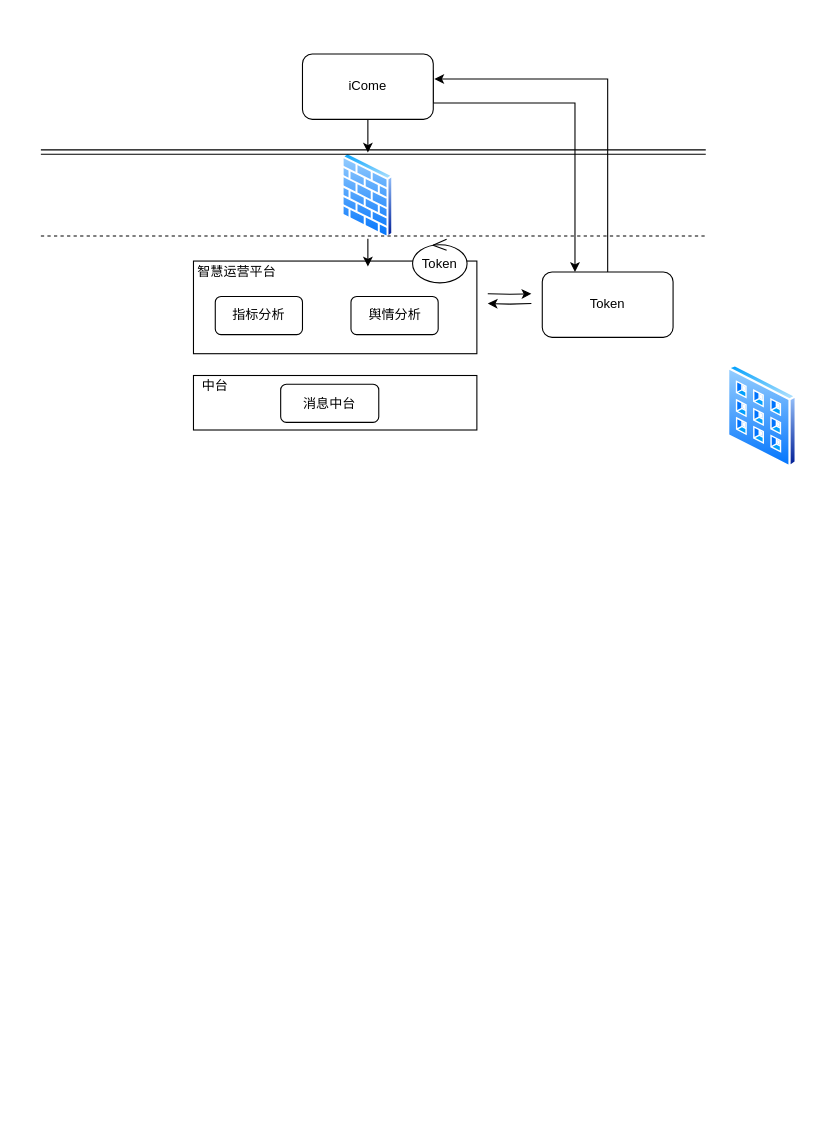
Above: page "第 25 页" (25 of 26) of MQ服务.drawio in chinadragonsjz/project (draw.io), before the change. Source tidied: cells renumbered, new cells numbered last; positions are measured from the earlier drawing's top-left corner, leaving out a move shared by most shapes. Both pictures are drawn from the tidied source at 109%, with x=0, y=0 at pixel (40, 53).
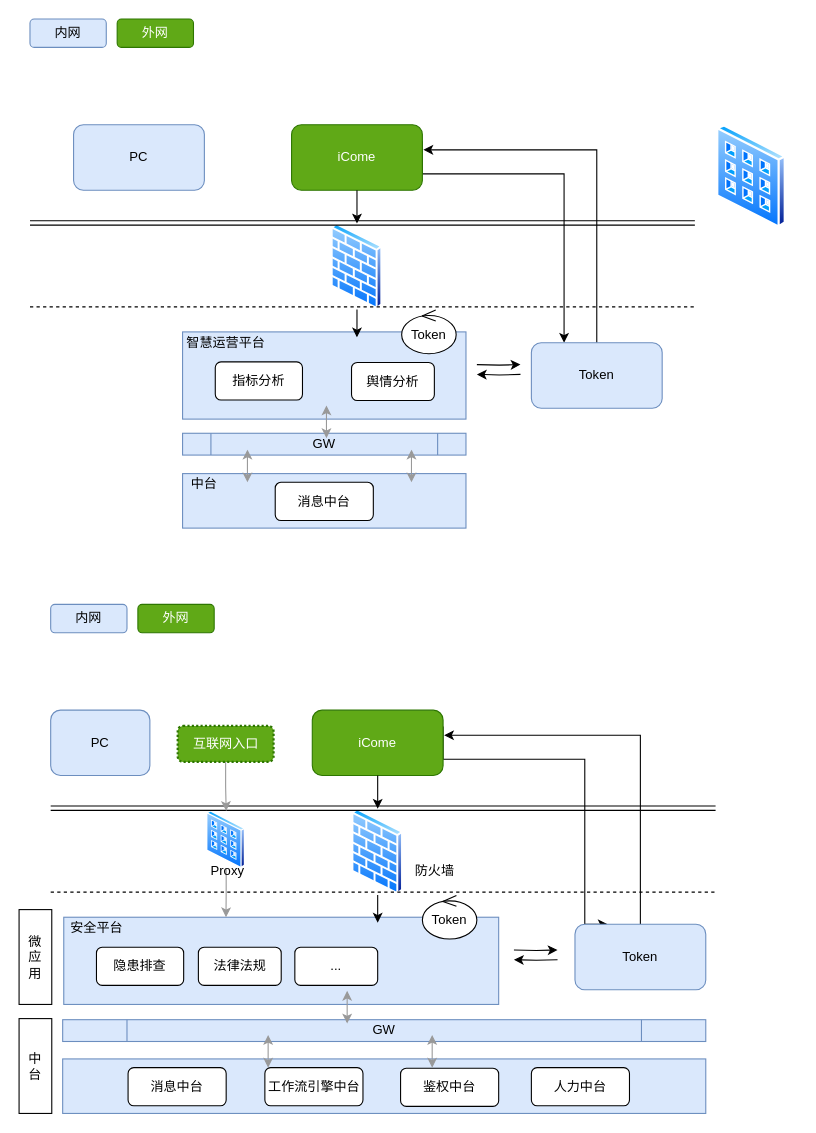
The same page after the edit.

Diff of the diagram source:
```diff
@@
-    <mxCell id="2" style="rounded=0;whiteSpace=wrap;html=1;" parent="1" vertex="1">
-      <mxGeometry x="140" y="295" width="260" height="50" as="geometry" />
+    <mxCell id="2" style="rounded=0;whiteSpace=wrap;html=1;fillColor=#dae8fc;strokeColor=#6c8ebf;" parent="1" vertex="1">
+      <mxGeometry x="130" y="385" width="260" height="50" as="geometry" />
     </mxCell>
-    <mxCell id="3" style="rounded=0;whiteSpace=wrap;html=1;" parent="1" vertex="1">
-      <mxGeometry x="140" y="190" width="260" height="85" as="geometry" />
+    <mxCell id="3" style="rounded=0;whiteSpace=wrap;html=1;fillColor=#dae8fc;strokeColor=#6c8ebf;" parent="1" vertex="1">
+      <mxGeometry x="130" y="255" width="260" height="80" as="geometry" />
     </mxCell>
     <mxCell id="4" style="edgeStyle=orthogonalEdgeStyle;rounded=0;jettySize=auto;html=1;endArrow=classic;endFill=1;" parent="1" edge="1" source="16">
       <mxGeometry relative="1" as="geometry">
-        <mxPoint x="300" y="195" as="targetPoint" />
+        <mxPoint x="290" y="260" as="targetPoint" />
       </mxGeometry>
     </mxCell>
     <mxCell id="5" style="edgeStyle=orthogonalEdgeStyle;rounded=0;orthogonalLoop=1;jettySize=auto;html=1;endArrow=classic;endFill=1;" parent="1" edge="1">
       <mxGeometry relative="1" as="geometry">
-        <mxPoint x="410" y="220" as="sourcePoint" />
-        <mxPoint x="450" y="220" as="targetPoint" />
+        <mxPoint x="400" y="285" as="sourcePoint" />
+        <mxPoint x="440" y="285" as="targetPoint" />
       </mxGeometry>
     </mxCell>
     <mxCell id="6" style="edgeStyle=orthogonalEdgeStyle;rounded=0;orthogonalLoop=1;jettySize=auto;html=1;endArrow=classic;endFill=1;" parent="1" edge="1">
       <mxGeometry relative="1" as="geometry">
-        <mxPoint x="450" y="229" as="sourcePoint" />
-        <mxPoint x="410" y="229" as="targetPoint" />
+        <mxPoint x="440" y="294" as="sourcePoint" />
+        <mxPoint x="400" y="294" as="targetPoint" />
       </mxGeometry>
     </mxCell>
     <mxCell id="7" style="edgeStyle=orthogonalEdgeStyle;rounded=0;jettySize=auto;html=1;exitX=1;exitY=0.25;exitDx=0;exitDy=0;entryX=0.25;entryY=0;entryDx=0;entryDy=0;endArrow=classic;endFill=1;" parent="1" edge="1" source="8" target="10">
       <mxGeometry relative="1" as="geometry">
         <Array as="points">
-          <mxPoint x="360" y="45" />
-          <mxPoint x="490" y="45" />
+          <mxPoint x="350" y="110" />
+          <mxPoint x="480" y="110" />
         </Array>
       </mxGeometry>
     </mxCell>
-    <mxCell id="8" value="iCome" style="rounded=1;whiteSpace=wrap;html=1;" parent="1" vertex="1">
-      <mxGeometry x="240" width="120" height="60" as="geometry" />
+    <mxCell id="8" value="iCome" style="rounded=1;whiteSpace=wrap;html=1;fillColor=#60a917;strokeColor=#2D7600;fontColor=#ffffff;" parent="1" vertex="1">
+      <mxGeometry x="230" y="65" width="120" height="60" as="geometry" />
     </mxCell>
@@
-    <mxCell id="10" value="Token" style="rounded=1;whiteSpace=wrap;html=1;" parent="1" vertex="1">
-      <mxGeometry x="460" y="200" width="120" height="60" as="geometry" />
+    <mxCell id="10" value="Token" style="rounded=1;whiteSpace=wrap;html=1;fillColor=#dae8fc;strokeColor=#6c8ebf;" parent="1" vertex="1">
+      <mxGeometry x="450" y="265" width="120" height="60" as="geometry" />
     </mxCell>
     <mxCell id="11" value="指标分析" style="rounded=1;whiteSpace=wrap;html=1;" parent="1" vertex="1">
-      <mxGeometry x="160" y="222.5" width="80" height="35" as="geometry" />
+      <mxGeometry x="160" y="282.5" width="80" height="35" as="geometry" />
     </mxCell>
     <mxCell id="12" value="消息中台" style="rounded=1;whiteSpace=wrap;html=1;" parent="1" vertex="1">
-      <mxGeometry x="220" y="303" width="90" height="35" as="geometry" />
+      <mxGeometry x="215" y="393" width="90" height="35" as="geometry" />
     </mxCell>
     <mxCell id="13" value="舆情分析" style="rounded=1;whiteSpace=wrap;html=1;" parent="1" vertex="1">
-      <mxGeometry x="284.5" y="222.5" width="80" height="35" as="geometry" />
+      <mxGeometry x="285" y="283" width="76" height="35" as="geometry" />
     </mxCell>
     <mxCell id="14" value="Token" style="ellipse;shape=umlControl;whiteSpace=wrap;html=1;" parent="1" vertex="1">
-      <mxGeometry x="341" y="170" width="50" height="40" as="geometry" />
+      <mxGeometry x="331" y="235" width="50" height="40" as="geometry" />
     </mxCell>
     <mxCell id="15" style="perimeter=ellipsePerimeter;html=1;align=center;shadow=0;dashed=0;spacingTop=3;image;image=img/lib/active_directory/input_output_filter.svg;" parent="1" vertex="1">
-      <mxGeometry x="630" y="285" width="64" height="95" as="geometry" />
+      <mxGeometry x="620" y="65" width="64" height="95" as="geometry" />
     </mxCell>
     <mxCell id="16" style="perimeter=ellipsePerimeter;html=1;align=center;shadow=0;dashed=0;spacingTop=3;image;image=img/lib/active_directory/firewall.svg;" parent="1" vertex="1">
-      <mxGeometry x="275.5" y="90.5" width="49" height="79" as="geometry" />
+      <mxGeometry x="265.5" y="155.5" width="49" height="79" as="geometry" />
     </mxCell>
@@
     <mxCell id="18" style="shape=link;html=1;endArrow=classic;endFill=1;" parent="1" edge="1">
       <mxGeometry relative="1" as="geometry">
-        <mxPoint y="90" as="sourcePoint" />
-        <mxPoint x="610" y="90" as="targetPoint" />
+        <mxPoint x="-10" y="155" as="sourcePoint" />
+        <mxPoint x="600" y="155" as="targetPoint" />
       </mxGeometry>
     </mxCell>
     <mxCell id="19" style="endArrow=none;dashed=1;html=1;" parent="1" edge="1">
       <mxGeometry relative="1" as="geometry">
-        <mxPoint y="167" as="sourcePoint" />
-        <mxPoint x="610" y="167" as="targetPoint" />
+        <mxPoint x="-10" y="232" as="sourcePoint" />
+        <mxPoint x="600" y="232" as="targetPoint" />
       </mxGeometry>
     </mxCell>
     <mxCell id="20" value="智慧运营平台" style="text;html=1;strokeColor=none;fillColor=none;align=center;verticalAlign=middle;whiteSpace=wrap;rounded=0;" parent="1" vertex="1">
-      <mxGeometry x="140" y="190" width="80" height="20" as="geometry" />
+      <mxGeometry x="130" y="255" width="80" height="20" as="geometry" />
     </mxCell>
     <mxCell id="21" value="中台" style="text;html=1;strokeColor=none;fillColor=none;align=center;verticalAlign=middle;whiteSpace=wrap;rounded=0;" parent="1" vertex="1">
-      <mxGeometry x="140" y="295" width="40" height="20" as="geometry" />
+      <mxGeometry x="130" y="385" width="40" height="20" as="geometry" />
     </mxCell>
+    <mxCell id="22" value="PC" style="rounded=1;whiteSpace=wrap;html=1;fillColor=#dae8fc;strokeColor=#6c8ebf;" parent="1" vertex="1">
+      <mxGeometry x="30" y="65" width="120" height="60" as="geometry" />
+    </mxCell>
+    <mxCell id="23" value="内网" style="rounded=1;whiteSpace=wrap;html=1;fillColor=#dae8fc;strokeColor=#6c8ebf;" parent="1" vertex="1">
+      <mxGeometry x="-10" y="-32" width="70" height="26" as="geometry" />
+    </mxCell>
+    <mxCell id="24" value="外网" style="rounded=1;whiteSpace=wrap;html=1;fillColor=#60a917;strokeColor=#2D7600;fontColor=#ffffff;" parent="1" vertex="1">
+      <mxGeometry x="70" y="-32" width="70" height="26" as="geometry" />
+    </mxCell>
+    <mxCell id="25" value="GW" style="shape=process;whiteSpace=wrap;html=1;backgroundOutline=1;fillColor=#dae8fc;strokeColor=#6c8ebf;" parent="1" vertex="1">
+      <mxGeometry x="130" y="348" width="260" height="20" as="geometry" />
+    </mxCell>
+    <mxCell id="26" style="endArrow=classic;startArrow=classic;html=1;strokeColor=#999999;" parent="1" edge="1">
+      <mxGeometry relative="1" as="geometry">
+        <mxPoint x="189.5" y="393" as="sourcePoint" />
+        <mxPoint x="189.5" y="363" as="targetPoint" />
+      </mxGeometry>
+    </mxCell>
+    <mxCell id="27" style="endArrow=classic;startArrow=classic;html=1;strokeColor=#999999;" parent="1" edge="1">
+      <mxGeometry relative="1" as="geometry">
+        <mxPoint x="340" y="393" as="sourcePoint" />
+        <mxPoint x="340" y="363" as="targetPoint" />
+      </mxGeometry>
+    </mxCell>
+    <mxCell id="28" style="endArrow=classic;startArrow=classic;html=1;strokeColor=#999999;" parent="1" edge="1">
+      <mxGeometry relative="1" as="geometry">
+        <mxPoint x="262" y="352.5" as="sourcePoint" />
+        <mxPoint x="262" y="322.5" as="targetPoint" />
+      </mxGeometry>
+    </mxCell>
+    <mxCell id="29" style="rounded=0;whiteSpace=wrap;html=1;fillColor=#dae8fc;strokeColor=#6c8ebf;" parent="1" vertex="1">
+      <mxGeometry x="20" y="922" width="590" height="50" as="geometry" />
+    </mxCell>
+    <mxCell id="30" style="rounded=0;whiteSpace=wrap;html=1;fillColor=#dae8fc;strokeColor=#6c8ebf;" parent="1" vertex="1">
+      <mxGeometry x="21" y="792" width="399" height="80" as="geometry" />
+    </mxCell>
+    <mxCell id="31" style="edgeStyle=orthogonalEdgeStyle;rounded=0;jettySize=auto;html=1;endArrow=classic;endFill=1;" parent="1" edge="1" source="47">
+      <mxGeometry relative="1" as="geometry">
+        <mxPoint x="309" y="797" as="targetPoint" />
+      </mxGeometry>
+    </mxCell>
+    <mxCell id="32" style="edgeStyle=orthogonalEdgeStyle;rounded=0;orthogonalLoop=1;jettySize=auto;html=1;endArrow=classic;endFill=1;" parent="1" edge="1">
+      <mxGeometry relative="1" as="geometry">
+        <mxPoint x="434" y="822" as="sourcePoint" />
+        <mxPoint x="474" y="822" as="targetPoint" />
+      </mxGeometry>
+    </mxCell>
+    <mxCell id="33" style="edgeStyle=orthogonalEdgeStyle;rounded=0;orthogonalLoop=1;jettySize=auto;html=1;endArrow=classic;endFill=1;" parent="1" edge="1">
+      <mxGeometry relative="1" as="geometry">
+        <mxPoint x="474" y="831" as="sourcePoint" />
+        <mxPoint x="434" y="831" as="targetPoint" />
+      </mxGeometry>
+    </mxCell>
+    <mxCell id="34" style="edgeStyle=orthogonalEdgeStyle;rounded=0;jettySize=auto;html=1;exitX=1;exitY=0.25;exitDx=0;exitDy=0;entryX=0.25;entryY=0;entryDx=0;entryDy=0;endArrow=classic;endFill=1;" parent="1" edge="1" source="35" target="37">
+      <mxGeometry relative="1" as="geometry">
+        <Array as="points">
+          <mxPoint x="369" y="647" />
+          <mxPoint x="499" y="647" />
+        </Array>
+      </mxGeometry>
+    </mxCell>
+    <mxCell id="35" value="iCome" style="rounded=1;whiteSpace=wrap;html=1;fillColor=#60a917;strokeColor=#2D7600;fontColor=#ffffff;" parent="1" vertex="1">
+      <mxGeometry x="249" y="602" width="120" height="60" as="geometry" />
+    </mxCell>
+    <mxCell id="36" style="edgeStyle=orthogonalEdgeStyle;rounded=0;jettySize=auto;html=1;exitX=0.5;exitY=0;exitDx=0;exitDy=0;entryX=1.008;entryY=0.383;entryDx=0;entryDy=0;entryPerimeter=0;endArrow=classic;endFill=1;" parent="1" edge="1" source="37" target="35">
+      <mxGeometry relative="1" as="geometry" />
+    </mxCell>
+    <mxCell id="37" value="Token" style="rounded=1;whiteSpace=wrap;html=1;fillColor=#dae8fc;strokeColor=#6c8ebf;" parent="1" vertex="1">
+      <mxGeometry x="490" y="798.5" width="120" height="60" as="geometry" />
+    </mxCell>
+    <mxCell id="38" value="隐患排查" style="rounded=1;whiteSpace=wrap;html=1;" parent="1" vertex="1">
+      <mxGeometry x="51" y="819.5" width="80" height="35" as="geometry" />
+    </mxCell>
+    <mxCell id="39" value="消息中台" style="rounded=1;whiteSpace=wrap;html=1;" parent="1" vertex="1">
+      <mxGeometry x="80" y="930" width="90" height="35" as="geometry" />
+    </mxCell>
+    <mxCell id="40" value="工作流引擎中台" style="rounded=1;whiteSpace=wrap;html=1;" parent="1" vertex="1">
+      <mxGeometry x="205.5" y="930" width="90" height="35" as="geometry" />
+    </mxCell>
+    <mxCell id="41" value="鉴权中台" style="rounded=1;whiteSpace=wrap;html=1;" parent="1" vertex="1">
+      <mxGeometry x="330" y="930.5" width="90" height="35" as="geometry" />
+    </mxCell>
+    <mxCell id="42" value="人力中台" style="rounded=1;whiteSpace=wrap;html=1;" parent="1" vertex="1">
+      <mxGeometry x="450" y="930" width="90" height="35" as="geometry" />
+    </mxCell>
+    <mxCell id="43" value="法律法规" style="rounded=1;whiteSpace=wrap;html=1;" parent="1" vertex="1">
+      <mxGeometry x="144.5" y="819.5" width="76" height="35" as="geometry" />
+    </mxCell>
+    <mxCell id="44" value="Token" style="ellipse;shape=umlControl;whiteSpace=wrap;html=1;" parent="1" vertex="1">
+      <mxGeometry x="350" y="772" width="50" height="40" as="geometry" />
+    </mxCell>
+    <mxCell id="45" style="edgeStyle=orthogonalEdgeStyle;rounded=0;jettySize=auto;html=1;strokeColor=#999999;entryX=0.373;entryY=0;entryDx=0;entryDy=0;entryPerimeter=0;" parent="1" edge="1" source="46" target="30">
+      <mxGeometry relative="1" as="geometry" />
+    </mxCell>
+    <mxCell id="46" style="perimeter=ellipsePerimeter;html=1;align=center;shadow=0;dashed=0;spacingTop=3;image;image=img/lib/active_directory/input_output_filter.svg;" parent="1" vertex="1">
+      <mxGeometry x="152" y="694.5" width="36" height="53" as="geometry" />
+    </mxCell>
+    <mxCell id="47" style="perimeter=ellipsePerimeter;html=1;align=center;shadow=0;dashed=0;spacingTop=3;image;image=img/lib/active_directory/firewall.svg;" parent="1" vertex="1">
+      <mxGeometry x="284.5" y="692.5" width="49" height="79" as="geometry" />
+    </mxCell>
+    <mxCell id="48" style="edgeStyle=orthogonalEdgeStyle;rounded=0;jettySize=auto;html=1;endArrow=classic;endFill=1;" parent="1" edge="1" source="35" target="47">
+      <mxGeometry relative="1" as="geometry" />
+    </mxCell>
+    <mxCell id="49" style="shape=link;html=1;endArrow=classic;endFill=1;" parent="1" edge="1">
+      <mxGeometry relative="1" as="geometry">
+        <mxPoint x="9" y="692" as="sourcePoint" />
+        <mxPoint x="619" y="692" as="targetPoint" />
+      </mxGeometry>
+    </mxCell>
+    <mxCell id="50" style="endArrow=none;dashed=1;html=1;" parent="1" edge="1">
+      <mxGeometry relative="1" as="geometry">
+        <mxPoint x="9" y="769" as="sourcePoint" />
+        <mxPoint x="619" y="769" as="targetPoint" />
+      </mxGeometry>
+    </mxCell>
+    <mxCell id="51" value="安全平台" style="text;html=1;strokeColor=none;fillColor=none;align=center;verticalAlign=middle;whiteSpace=wrap;rounded=0;" parent="1" vertex="1">
+      <mxGeometry x="21" y="792" width="61" height="20" as="geometry" />
+    </mxCell>
+    <mxCell id="52" value="PC" style="rounded=1;whiteSpace=wrap;html=1;fillColor=#dae8fc;strokeColor=#6c8ebf;" parent="1" vertex="1">
+      <mxGeometry x="9" y="602" width="91" height="60" as="geometry" />
+    </mxCell>
+    <mxCell id="53" value="内网" style="rounded=1;whiteSpace=wrap;html=1;fillColor=#dae8fc;strokeColor=#6c8ebf;" parent="1" vertex="1">
+      <mxGeometry x="9" y="505" width="70" height="26" as="geometry" />
+    </mxCell>
+    <mxCell id="54" value="外网" style="rounded=1;whiteSpace=wrap;html=1;fillColor=#60a917;strokeColor=#2D7600;fontColor=#ffffff;" parent="1" vertex="1">
+      <mxGeometry x="89" y="505" width="70" height="26" as="geometry" />
+    </mxCell>
+    <mxCell id="55" value="GW" style="shape=process;whiteSpace=wrap;html=1;backgroundOutline=1;fillColor=#dae8fc;strokeColor=#6c8ebf;" parent="1" vertex="1">
+      <mxGeometry x="20" y="886" width="590" height="20" as="geometry" />
+    </mxCell>
+    <mxCell id="56" style="endArrow=classic;startArrow=classic;html=1;strokeColor=#999999;" parent="1" edge="1">
+      <mxGeometry relative="1" as="geometry">
+        <mxPoint x="208.5" y="930" as="sourcePoint" />
+        <mxPoint x="208.5" y="900" as="targetPoint" />
+      </mxGeometry>
+    </mxCell>
+    <mxCell id="57" style="endArrow=classic;startArrow=classic;html=1;strokeColor=#999999;" parent="1" edge="1">
+      <mxGeometry relative="1" as="geometry">
+        <mxPoint x="359" y="930" as="sourcePoint" />
+        <mxPoint x="359" y="900" as="targetPoint" />
+      </mxGeometry>
+    </mxCell>
+    <mxCell id="58" style="endArrow=classic;startArrow=classic;html=1;strokeColor=#999999;" parent="1" edge="1">
+      <mxGeometry relative="1" as="geometry">
+        <mxPoint x="281" y="889.5" as="sourcePoint" />
+        <mxPoint x="281" y="859.5" as="targetPoint" />
+      </mxGeometry>
+    </mxCell>
+    <mxCell id="59" value="中&lt;br&gt;台" style="rounded=0;whiteSpace=wrap;html=1;" parent="1" vertex="1">
+      <mxGeometry x="-20" y="885" width="30" height="87" as="geometry" />
+    </mxCell>
+    <mxCell id="60" value="微&lt;br&gt;应&lt;br&gt;用" style="rounded=0;whiteSpace=wrap;html=1;" parent="1" vertex="1">
+      <mxGeometry x="-20" y="785" width="30" height="87" as="geometry" />
+    </mxCell>
+    <mxCell id="61" value="..." style="rounded=1;whiteSpace=wrap;html=1;" parent="1" vertex="1">
+      <mxGeometry x="233" y="819.5" width="76" height="35" as="geometry" />
+    </mxCell>
+    <mxCell id="62" style="edgeStyle=orthogonalEdgeStyle;rounded=0;jettySize=auto;html=1;strokeColor=#999999;" parent="1" edge="1" source="63" target="46">
+      <mxGeometry relative="1" as="geometry" />
+    </mxCell>
+    <mxCell id="63" value="互联网入口" style="rounded=1;whiteSpace=wrap;html=1;fillColor=#60a917;strokeColor=#2D7600;fontColor=#ffffff;dashed=1;strokeWidth=2;dashPattern=1 1;" parent="1" vertex="1">
+      <mxGeometry x="125.5" y="616.5" width="88" height="33" as="geometry" />
+    </mxCell>
+    <mxCell id="64" value="Proxy" style="text;html=1;strokeColor=none;fillColor=none;align=center;verticalAlign=middle;whiteSpace=wrap;rounded=0;" parent="1" vertex="1">
+      <mxGeometry x="141" y="739.5" width="61" height="20" as="geometry" />
+    </mxCell>
+    <mxCell id="65" value="防火墙" style="text;html=1;strokeColor=none;fillColor=none;align=center;verticalAlign=middle;whiteSpace=wrap;rounded=0;" parent="1" vertex="1">
+      <mxGeometry x="331" y="739.5" width="61" height="20" as="geometry" />
+    </mxCell>
```
